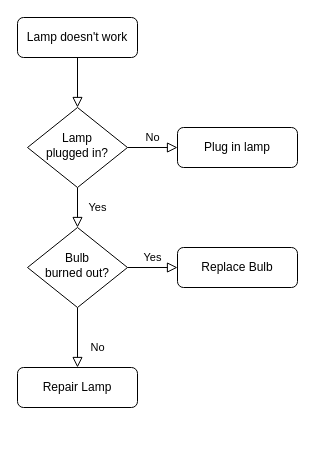
Before: Untitled Diagram.drawio in naicyp/flowchart, a draw.io diagram. Source tidied: cells renumbered, new cells numbered last; positions are measured from the earlier drawing's top-left corner, leaving out a move shared by most shapes. Both pictures are drawn from the tidied source at 100%, with x=0, y=0 at pixel (17, 17).
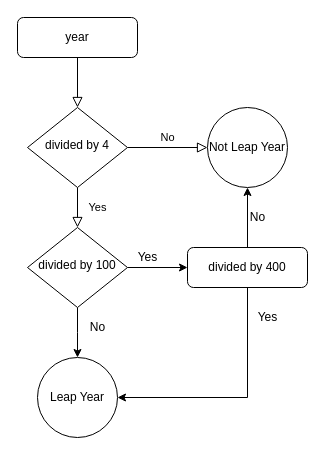
Above is the later version.

Diff of the diagram source:
```diff
@@
-    <mxCell id="3" value="Lamp doesn't work" style="rounded=1;whiteSpace=wrap;html=1;fontSize=12;glass=0;strokeWidth=1;shadow=0;" parent="1" vertex="1">
+    <mxCell id="3" value="year" style="rounded=1;whiteSpace=wrap;html=1;fontSize=12;glass=0;strokeWidth=1;shadow=0;" parent="1" vertex="1">
       <mxGeometry width="120" height="40" as="geometry" />
     </mxCell>
@@
-    <mxCell id="5" value="No" style="edgeStyle=orthogonalEdgeStyle;rounded=0;html=1;jettySize=auto;fontSize=11;endArrow=block;endFill=0;endSize=8;strokeWidth=1;shadow=0;labelBackgroundColor=none;" parent="1" edge="1" source="6" target="7">
+    <mxCell id="5" value="No" style="edgeStyle=orthogonalEdgeStyle;rounded=0;html=1;jettySize=auto;fontSize=11;endArrow=block;endFill=0;endSize=8;strokeWidth=1;shadow=0;labelBackgroundColor=none;entryX=0;entryY=0.5;entryDx=0;entryDy=0;" parent="1" edge="1" source="6" target="18">
       <mxGeometry y="10" relative="1" as="geometry" />
     </mxCell>
-    <mxCell id="6" value="Lamp&lt;br&gt;plugged in?" style="rhombus;whiteSpace=wrap;html=1;shadow=0;fontFamily=Helvetica;fontSize=12;align=center;strokeWidth=1;spacing=6;spacingTop=-4;" parent="1" vertex="1">
+    <mxCell id="6" value="divided by 4" style="rhombus;whiteSpace=wrap;html=1;shadow=0;fontFamily=Helvetica;fontSize=12;align=center;strokeWidth=1;spacing=6;spacingTop=-4;" parent="1" vertex="1">
       <mxGeometry x="10" y="90" width="100" height="80" as="geometry" />
     </mxCell>
+    <mxCell id="13" style="edgeStyle=orthogonalEdgeStyle;rounded=0;jettySize=auto;html=1;" parent="1" edge="1" source="7" target="18">
+      <mxGeometry relative="1" as="geometry" />
+    </mxCell>
+    <mxCell id="14" style="edgeStyle=orthogonalEdgeStyle;rounded=0;jettySize=auto;html=1;entryX=1;entryY=0.5;entryDx=0;entryDy=0;" parent="1" edge="1" source="7" target="17">
+      <mxGeometry relative="1" as="geometry">
+        <Array as="points">
+          <mxPoint x="230" y="380" />
+        </Array>
+      </mxGeometry>
+    </mxCell>
-    <mxCell id="7" value="Plug in lamp" style="rounded=1;whiteSpace=wrap;html=1;fontSize=12;glass=0;strokeWidth=1;shadow=0;" parent="1" vertex="1">
-      <mxGeometry x="160" y="110" width="120" height="40" as="geometry" />
+    <mxCell id="7" value="divided by 400" style="rounded=1;whiteSpace=wrap;html=1;fontSize=12;glass=0;strokeWidth=1;shadow=0;" parent="1" vertex="1">
+      <mxGeometry x="170" y="230" width="120" height="40" as="geometry" />
     </mxCell>
-    <mxCell id="8" value="No" style="rounded=0;html=1;jettySize=auto;fontSize=11;endArrow=block;endFill=0;endSize=8;strokeWidth=1;shadow=0;labelBackgroundColor=none;edgeStyle=orthogonalEdgeStyle;" parent="1" edge="1" source="10" target="11">
-      <mxGeometry x="0.33" y="20" relative="1" as="geometry" />
-    </mxCell>
-    <mxCell id="9" value="Yes" style="edgeStyle=orthogonalEdgeStyle;rounded=0;html=1;jettySize=auto;fontSize=11;endArrow=block;endFill=0;endSize=8;strokeWidth=1;shadow=0;labelBackgroundColor=none;" parent="1" edge="1" source="10" target="12">
-      <mxGeometry y="10" relative="1" as="geometry" />
-    </mxCell>
+    <mxCell id="15" style="edgeStyle=orthogonalEdgeStyle;rounded=0;jettySize=auto;html=1;entryX=0;entryY=0.5;entryDx=0;entryDy=0;" parent="1" edge="1" source="10" target="7">
+      <mxGeometry relative="1" as="geometry" />
+    </mxCell>
+    <mxCell id="16" style="edgeStyle=orthogonalEdgeStyle;rounded=0;jettySize=auto;html=1;" parent="1" edge="1" source="10">
+      <mxGeometry relative="1" as="geometry">
+        <mxPoint x="60" y="340" as="targetPoint" />
+      </mxGeometry>
+    </mxCell>
-    <mxCell id="10" value="Bulb&lt;br&gt;burned out?" style="rhombus;whiteSpace=wrap;html=1;shadow=0;fontFamily=Helvetica;fontSize=12;align=center;strokeWidth=1;spacing=6;spacingTop=-4;" parent="1" vertex="1">
+    <mxCell id="10" value="divided by 100" style="rhombus;whiteSpace=wrap;html=1;shadow=0;fontFamily=Helvetica;fontSize=12;align=center;strokeWidth=1;spacing=6;spacingTop=-4;" parent="1" vertex="1">
       <mxGeometry x="10" y="210" width="100" height="80" as="geometry" />
     </mxCell>
-    <mxCell id="11" value="Repair Lamp" style="rounded=1;whiteSpace=wrap;html=1;fontSize=12;glass=0;strokeWidth=1;shadow=0;" parent="1" vertex="1">
-      <mxGeometry y="350" width="120" height="40" as="geometry" />
-    </mxCell>
-    <mxCell id="12" value="Replace Bulb" style="rounded=1;whiteSpace=wrap;html=1;fontSize=12;glass=0;strokeWidth=1;shadow=0;" parent="1" vertex="1">
-      <mxGeometry x="160" y="230" width="120" height="40" as="geometry" />
-    </mxCell>
+    <mxCell id="17" value="Leap Year" style="ellipse;whiteSpace=wrap;html=1;" parent="1" vertex="1">
+      <mxGeometry x="20" y="340" width="80" height="80" as="geometry" />
+    </mxCell>
+    <mxCell id="18" value="Not Leap Year" style="ellipse;whiteSpace=wrap;html=1;" parent="1" vertex="1">
+      <mxGeometry x="190" y="90" width="80" height="80" as="geometry" />
+    </mxCell>
+    <mxCell id="19" value="Yes" style="text;html=1;align=center;verticalAlign=middle;strokeColor=none;fillColor=none;" parent="1" vertex="1">
+      <mxGeometry x="110" y="230" width="40" height="20" as="geometry" />
+    </mxCell>
+    <mxCell id="20" value="No" style="text;html=1;align=center;verticalAlign=middle;strokeColor=none;fillColor=none;" parent="1" vertex="1">
+      <mxGeometry x="225" y="190" width="30" height="20" as="geometry" />
+    </mxCell>
+    <mxCell id="21" value="Yes" style="text;html=1;align=center;verticalAlign=middle;strokeColor=none;fillColor=none;" parent="1" vertex="1">
+      <mxGeometry x="230" y="290" width="40" height="20" as="geometry" />
+    </mxCell>
+    <mxCell id="22" value="No" style="text;html=1;align=center;verticalAlign=middle;strokeColor=none;fillColor=none;" parent="1" vertex="1">
+      <mxGeometry x="65" y="300" width="30" height="20" as="geometry" />
+    </mxCell>
```
